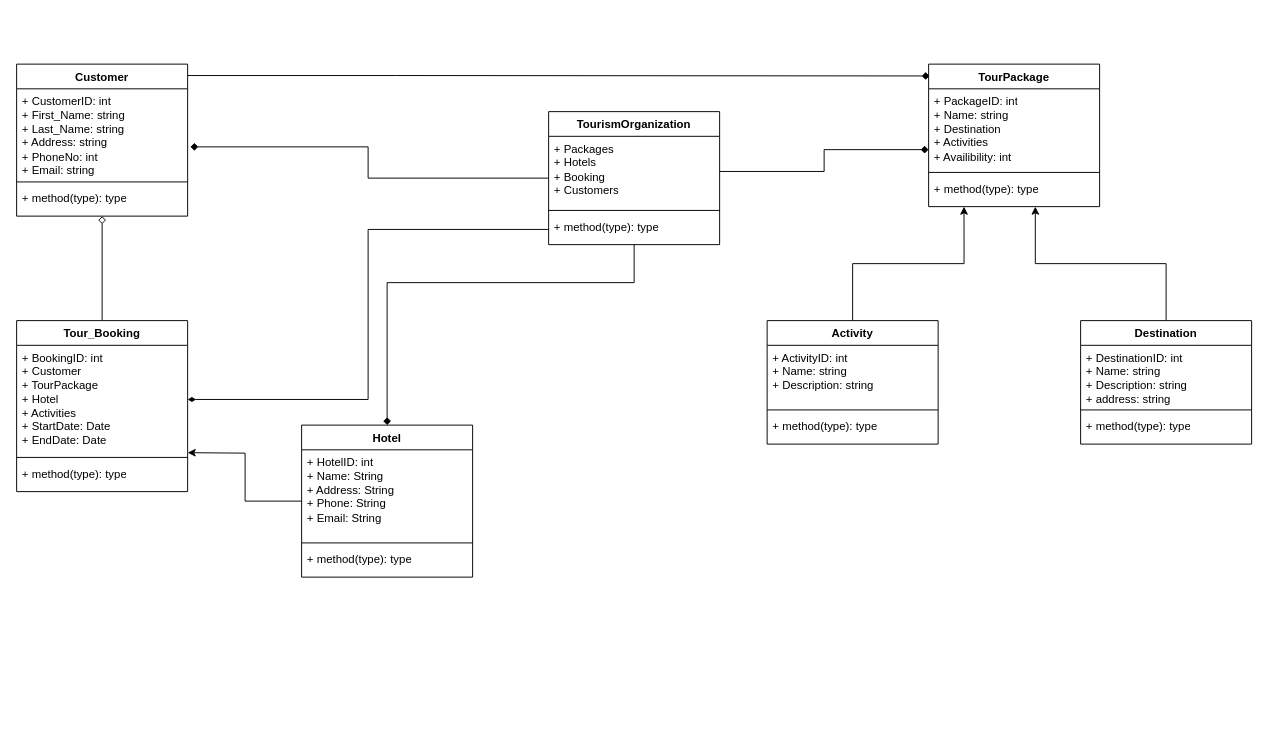
The draw.io diagram Class Diagram Tour.drawio in ziard47/Diagram, before the edit. Source tidied: cells renumbered, new cells numbered last; positions are measured from the earlier drawing's top-left corner, leaving out a move shared by most shapes. Both pictures are drawn from the tidied source at 95%, with x=0, y=0 at pixel (16, 64).
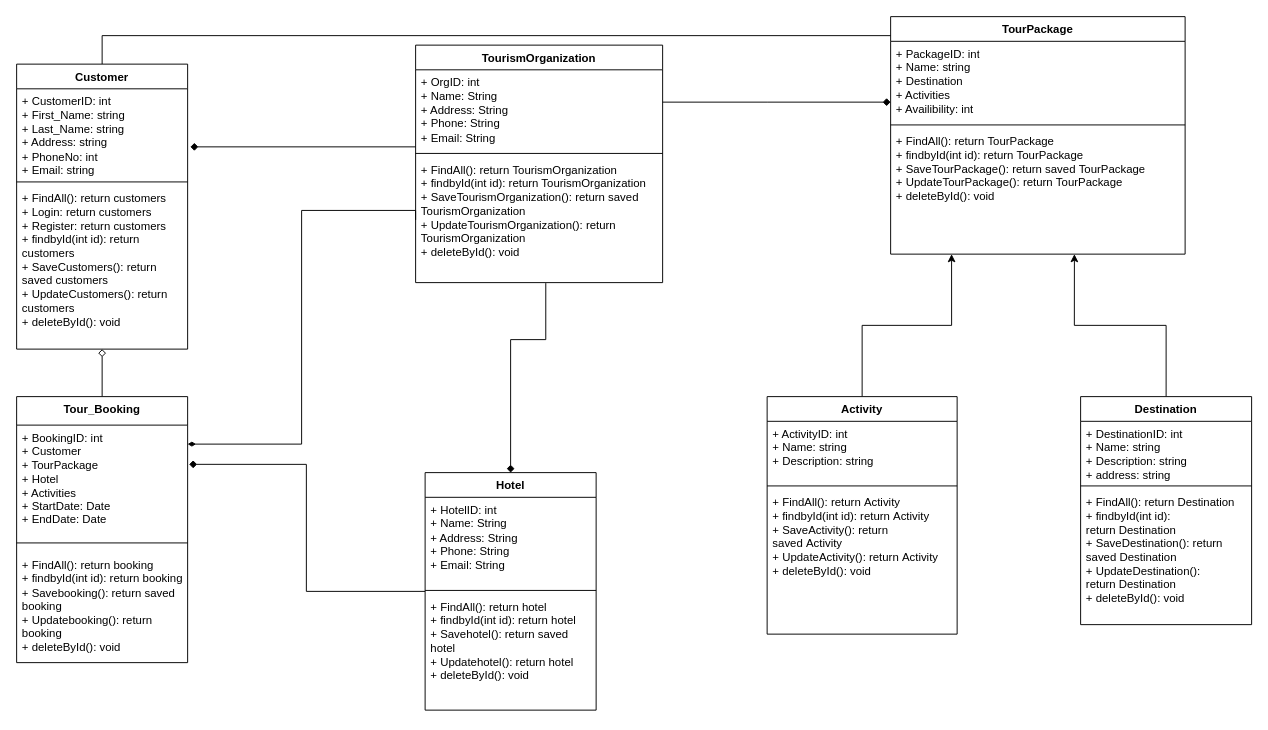
After the change.

Unchanged cells that the change refers to:
```xml
<mxCell id="4" value="+ CustomerID: int&lt;br&gt;+ First_Name: string&lt;br&gt;+ Last_Name: string&lt;br&gt;+ Address: string&lt;br&gt;+ PhoneNo: int&lt;br&gt;+ Email: string" style="text;strokeColor=none;fillColor=none;align=left;verticalAlign=top;spacingLeft=4;spacingRight=4;overflow=hidden;points=[[0,0.5],[1,0.5]];portConstraint=eastwest;whiteSpace=wrap;html=1;" parent="3" vertex="1">
  <mxGeometry y="26" width="180" height="94" as="geometry" />
</mxCell>
```

What changed in the source:
```diff
@@
     <mxCell id="2" style="edgeStyle=orthogonalEdgeStyle;rounded=0;jettySize=auto;html=1;entryX=0.006;entryY=0.083;entryDx=0;entryDy=0;entryPerimeter=0;endArrow=diamond;endFill=1;" parent="1" edge="1" source="3" target="24">
       <mxGeometry relative="1" as="geometry">
         <Array as="points">
-          <mxPoint x="400" y="12" />
-          <mxPoint x="400" y="12" />
+          <mxPoint x="90" y="-30" />
+          <mxPoint x="981" y="-30" />
         </Array>
       </mxGeometry>
     </mxCell>
     <mxCell id="3" value="Customer" style="swimlane;fontStyle=1;align=center;verticalAlign=top;horizontal=1;startSize=26;whiteSpace=wrap;html=1;" parent="1" vertex="1">
-      <mxGeometry width="180" height="160" as="geometry" />
+      <mxGeometry width="180" height="300" as="geometry" />
     </mxCell>
@@
-    <mxCell id="6" value="+ method(type): type" style="text;strokeColor=none;fillColor=none;align=left;verticalAlign=top;spacingLeft=4;spacingRight=4;overflow=hidden;points=[[0,0.5],[1,0.5]];portConstraint=eastwest;whiteSpace=wrap;html=1;" parent="3" vertex="1">
-      <mxGeometry y="128" width="180" height="32" as="geometry" />
+    <mxCell id="6" value="+ FindAll(): return customers&lt;br&gt;+ Login: return customers&lt;br&gt;+ Register: return customers&lt;br&gt;+ findbyId(int id): return customers&lt;br&gt;+ SaveCustomers(): return saved customers&lt;br&gt;+ UpdateCustomers(): return customers&lt;br&gt;+ deleteById(): void" style="text;strokeColor=none;fillColor=none;align=left;verticalAlign=top;spacingLeft=4;spacingRight=4;overflow=hidden;points=[[0,0.5],[1,0.5]];portConstraint=eastwest;whiteSpace=wrap;html=1;" parent="3" vertex="1">
+      <mxGeometry y="128" width="180" height="172" as="geometry" />
     </mxCell>
@@
-    <mxCell id="8" value="Tour_Booking" style="swimlane;fontStyle=1;align=center;verticalAlign=top;horizontal=1;startSize=26;whiteSpace=wrap;html=1;" parent="1" vertex="1">
-      <mxGeometry y="270" width="180" height="180" as="geometry" />
+    <mxCell id="8" value="Tour_Booking" style="swimlane;fontStyle=1;align=center;verticalAlign=top;horizontal=1;startSize=30;whiteSpace=wrap;html=1;" parent="1" vertex="1">
+      <mxGeometry y="350" width="180" height="280" as="geometry" />
     </mxCell>
     <mxCell id="9" value="+ BookingID: int&lt;br&gt;+ Customer&lt;br&gt;+ TourPackage&lt;br&gt;+ Hotel&lt;br&gt;+ Activities&lt;br&gt;+ StartDate: Date&lt;br&gt;+ EndDate: Date" style="text;strokeColor=none;fillColor=none;align=left;verticalAlign=top;spacingLeft=4;spacingRight=4;overflow=hidden;points=[[0,0.5],[1,0.5]];portConstraint=eastwest;whiteSpace=wrap;html=1;" parent="8" vertex="1">
-      <mxGeometry y="26" width="180" height="114" as="geometry" />
+      <mxGeometry y="30" width="180" height="114" as="geometry" />
     </mxCell>
     <mxCell id="10" style="line;strokeWidth=1;fillColor=none;align=left;verticalAlign=middle;spacingTop=-1;spacingLeft=3;spacingRight=3;labelPosition=right;strokeColor=inherit;" parent="8" vertex="1">
-      <mxGeometry y="140" width="180" height="8" as="geometry" />
+      <mxGeometry y="144" width="180" height="20" as="geometry" />
     </mxCell>
-    <mxCell id="11" value="+ method(type): type" style="text;strokeColor=none;fillColor=none;align=left;verticalAlign=top;spacingLeft=4;spacingRight=4;overflow=hidden;whiteSpace=wrap;html=1;" parent="8" vertex="1">
-      <mxGeometry y="148" width="180" height="32" as="geometry" />
+    <mxCell id="11" value="+ FindAll(): return booking&lt;br style=&quot;border-color: var(--border-color);&quot;&gt;+ findbyId(int id): return booking&lt;br style=&quot;border-color: var(--border-color);&quot;&gt;+ Savebooking(): return saved booking&lt;br style=&quot;border-color: var(--border-color);&quot;&gt;+ Updatebooking(): return booking&lt;br style=&quot;border-color: var(--border-color);&quot;&gt;+ deleteById(): void" style="text;strokeColor=none;fillColor=none;align=left;verticalAlign=top;spacingLeft=4;spacingRight=4;overflow=hidden;whiteSpace=wrap;html=1;" parent="8" vertex="1">
+      <mxGeometry y="164" width="180" height="116" as="geometry" />
     </mxCell>
-    <mxCell id="12" style="edgeStyle=orthogonalEdgeStyle;rounded=0;jettySize=auto;html=1;" parent="1" edge="1" source="13">
-      <mxGeometry relative="1" as="geometry">
-        <mxPoint x="180" y="409" as="targetPoint" />
-      </mxGeometry>
+    <mxCell id="12" style="edgeStyle=orthogonalEdgeStyle;rounded=0;jettySize=auto;html=1;entryX=1.009;entryY=0.362;entryDx=0;entryDy=0;entryPerimeter=0;endArrow=diamond;endFill=1;" parent="1" edge="1" source="13" target="9">
+      <mxGeometry relative="1" as="geometry" />
     </mxCell>
     <mxCell id="13" value="Hotel" style="swimlane;fontStyle=1;align=center;verticalAlign=top;horizontal=1;startSize=26;whiteSpace=wrap;html=1;" parent="1" vertex="1">
-      <mxGeometry x="300" y="380" width="180" height="160" as="geometry" />
+      <mxGeometry x="430" y="430" width="180" height="250" as="geometry" />
     </mxCell>
@@
-    <mxCell id="16" value="+ method(type): type" style="text;strokeColor=none;fillColor=none;align=left;verticalAlign=top;spacingLeft=4;spacingRight=4;overflow=hidden;whiteSpace=wrap;html=1;" parent="13" vertex="1">
-      <mxGeometry y="128" width="180" height="32" as="geometry" />
+    <mxCell id="16" value="+ FindAll(): return hotel&lt;br style=&quot;border-color: var(--border-color);&quot;&gt;+ findbyId(int id): return hotel&lt;br style=&quot;border-color: var(--border-color);&quot;&gt;+ Savehotel(): return saved hotel&lt;br style=&quot;border-color: var(--border-color);&quot;&gt;+ Updatehotel(): return hotel&lt;br style=&quot;border-color: var(--border-color);&quot;&gt;+ deleteById(): void" style="text;strokeColor=none;fillColor=none;align=left;verticalAlign=top;spacingLeft=4;spacingRight=4;overflow=hidden;whiteSpace=wrap;html=1;" parent="13" vertex="1">
+      <mxGeometry y="128" width="180" height="122" as="geometry" />
     </mxCell>
     <mxCell id="17" style="edgeStyle=orthogonalEdgeStyle;rounded=0;jettySize=auto;html=1;entryX=1.016;entryY=0.65;entryDx=0;entryDy=0;entryPerimeter=0;endArrow=diamond;endFill=1;" parent="1" edge="1" source="20" target="4">
-      <mxGeometry relative="1" as="geometry" />
+      <mxGeometry relative="1" as="geometry">
+        <Array as="points">
+          <mxPoint x="470" y="87" />
+          <mxPoint x="470" y="87" />
+        </Array>
+      </mxGeometry>
     </mxCell>
-    <mxCell id="18" style="edgeStyle=orthogonalEdgeStyle;rounded=0;jettySize=auto;html=1;entryX=1;entryY=0.5;entryDx=0;entryDy=0;exitX=0;exitY=0.5;exitDx=0;exitDy=0;endArrow=diamondThin;endFill=1;" parent="1" edge="1" source="23" target="9">
-      <mxGeometry relative="1" as="geometry" />
+    <mxCell id="18" style="edgeStyle=orthogonalEdgeStyle;rounded=0;jettySize=auto;html=1;exitX=0;exitY=0.5;exitDx=0;exitDy=0;endArrow=diamondThin;endFill=1;" parent="1" edge="1" source="23">
+      <mxGeometry relative="1" as="geometry">
+        <mxPoint x="180" y="400" as="targetPoint" />
+        <Array as="points">
+          <mxPoint x="300" y="154" />
+          <mxPoint x="300" y="400" />
+          <mxPoint x="180" y="400" />
+        </Array>
+      </mxGeometry>
     </mxCell>
-    <mxCell id="19" style="edgeStyle=orthogonalEdgeStyle;rounded=0;jettySize=auto;html=1;entryX=0.5;entryY=0;entryDx=0;entryDy=0;endArrow=diamond;endFill=1;" parent="1" edge="1" source="20" target="13">
+    <mxCell id="19" style="edgeStyle=orthogonalEdgeStyle;rounded=0;jettySize=auto;html=1;entryX=0.5;entryY=0;entryDx=0;entryDy=0;endArrow=diamond;endFill=1;exitX=0.527;exitY=1.004;exitDx=0;exitDy=0;exitPerimeter=0;" parent="1" edge="1" source="23" target="13">
       <mxGeometry relative="1" as="geometry">
         <Array as="points">
-          <mxPoint x="650" y="230" />
-          <mxPoint x="390" y="230" />
+          <mxPoint x="557" y="290" />
+          <mxPoint x="520" y="290" />
         </Array>
       </mxGeometry>
     </mxCell>
     <mxCell id="20" value="TourismOrganization" style="swimlane;fontStyle=1;align=center;verticalAlign=top;horizontal=1;startSize=26;whiteSpace=wrap;html=1;" parent="1" vertex="1">
-      <mxGeometry x="560" y="50" width="180" height="140" as="geometry" />
+      <mxGeometry x="420" y="-20" width="260" height="250" as="geometry" />
     </mxCell>
-    <mxCell id="21" value="+ Packages&lt;br&gt;+ Hotels&lt;br&gt;+ Booking&lt;br&gt;+ Customers&lt;br&gt;" style="text;strokeColor=none;fillColor=none;align=left;verticalAlign=top;spacingLeft=4;spacingRight=4;overflow=hidden;points=[[0,0.5],[1,0.5]];portConstraint=eastwest;whiteSpace=wrap;html=1;" parent="20" vertex="1">
-      <mxGeometry y="26" width="180" height="74" as="geometry" />
+    <mxCell id="21" value="+ OrgID: int&lt;br style=&quot;border-color: var(--border-color);&quot;&gt;+ Name: String&lt;br style=&quot;border-color: var(--border-color);&quot;&gt;+ Address: String&lt;br style=&quot;border-color: var(--border-color);&quot;&gt;+ Phone: String&lt;br style=&quot;border-color: var(--border-color);&quot;&gt;+ Email: String" style="text;strokeColor=none;fillColor=none;align=left;verticalAlign=top;spacingLeft=4;spacingRight=4;overflow=hidden;points=[[0,0.5],[1,0.5]];portConstraint=eastwest;whiteSpace=wrap;html=1;" parent="20" vertex="1">
+      <mxGeometry y="26" width="260" height="84" as="geometry" />
     </mxCell>
     <mxCell id="22" style="line;strokeWidth=1;fillColor=none;align=left;verticalAlign=middle;spacingTop=-1;spacingLeft=3;spacingRight=3;labelPosition=right;strokeColor=inherit;" parent="20" vertex="1">
-      <mxGeometry y="100" width="180" height="8" as="geometry" />
+      <mxGeometry y="110" width="260" height="8" as="geometry" />
     </mxCell>
-    <mxCell id="23" value="+ method(type): type" style="text;strokeColor=none;fillColor=none;align=left;verticalAlign=top;spacingLeft=4;spacingRight=4;overflow=hidden;points=[[0,0.5],[1,0.5]];portConstraint=eastwest;whiteSpace=wrap;html=1;" parent="20" vertex="1">
-      <mxGeometry y="108" width="180" height="32" as="geometry" />
+    <mxCell id="23" value="+ FindAll(): return&amp;nbsp;TourismOrganization&lt;br style=&quot;border-color: var(--border-color);&quot;&gt;+ findbyId(int id): return TourismOrganization&lt;br style=&quot;border-color: var(--border-color);&quot;&gt;+ SaveTourismOrganization(): return saved TourismOrganization&lt;br style=&quot;border-color: var(--border-color);&quot;&gt;+ UpdateTourismOrganization(): return TourismOrganization&lt;br style=&quot;border-color: var(--border-color);&quot;&gt;+ deleteById(): void" style="text;strokeColor=none;fillColor=none;align=left;verticalAlign=top;spacingLeft=4;spacingRight=4;overflow=hidden;points=[[0,0.5],[1,0.5]];portConstraint=eastwest;whiteSpace=wrap;html=1;" parent="20" vertex="1">
+      <mxGeometry y="118" width="260" height="132" as="geometry" />
     </mxCell>
     <mxCell id="24" value="TourPackage" style="swimlane;fontStyle=1;align=center;verticalAlign=top;horizontal=1;startSize=26;whiteSpace=wrap;html=1;" parent="1" vertex="1">
-      <mxGeometry x="960" width="180" height="150" as="geometry" />
+      <mxGeometry x="920" y="-50" width="310" height="250" as="geometry" />
     </mxCell>
     <mxCell id="25" value="+ PackageID: int&lt;br&gt;+ Name: string&lt;br&gt;+ Destination&lt;br&gt;+ Activities&lt;br&gt;+ Availibility: int" style="text;strokeColor=none;fillColor=none;align=left;verticalAlign=top;spacingLeft=4;spacingRight=4;overflow=hidden;points=[[0,0.5],[1,0.5]];portConstraint=eastwest;whiteSpace=wrap;html=1;" parent="24" vertex="1">
-      <mxGeometry y="26" width="180" height="84" as="geometry" />
+      <mxGeometry y="26" width="310" height="84" as="geometry" />
     </mxCell>
     <mxCell id="26" style="line;strokeWidth=1;fillColor=none;align=left;verticalAlign=middle;spacingTop=-1;spacingLeft=3;spacingRight=3;labelPosition=right;strokeColor=inherit;" parent="24" vertex="1">
-      <mxGeometry y="110" width="180" height="8" as="geometry" />
+      <mxGeometry y="110" width="310" height="8" as="geometry" />
     </mxCell>
-    <mxCell id="27" value="+ method(type): type" style="text;strokeColor=none;fillColor=none;align=left;verticalAlign=top;spacingLeft=4;spacingRight=4;overflow=hidden;points=[[0,0.5],[1,0.5]];portConstraint=eastwest;whiteSpace=wrap;html=1;" parent="24" vertex="1">
-      <mxGeometry y="118" width="180" height="32" as="geometry" />
+    <mxCell id="27" value="+ FindAll(): return&amp;nbsp;TourPackage&lt;br style=&quot;border-color: var(--border-color);&quot;&gt;+ findbyId(int id): return&amp;nbsp;TourPackage&lt;br style=&quot;border-color: var(--border-color);&quot;&gt;+ SaveTourPackage(): return saved&amp;nbsp;TourPackage&lt;br style=&quot;border-color: var(--border-color);&quot;&gt;+ UpdateTourPackage(): return&amp;nbsp;TourPackage&lt;br style=&quot;border-color: var(--border-color);&quot;&gt;+ deleteById(): void" style="text;strokeColor=none;fillColor=none;align=left;verticalAlign=top;spacingLeft=4;spacingRight=4;overflow=hidden;points=[[0,0.5],[1,0.5]];portConstraint=eastwest;whiteSpace=wrap;html=1;" parent="24" vertex="1">
+      <mxGeometry y="118" width="310" height="132" as="geometry" />
     </mxCell>
@@
     <mxCell id="29" value="Activity" style="swimlane;fontStyle=1;align=center;verticalAlign=top;horizontal=1;startSize=26;whiteSpace=wrap;html=1;" parent="1" vertex="1">
-      <mxGeometry x="790" y="270" width="180" height="130" as="geometry" />
+      <mxGeometry x="790" y="350" width="200" height="250" as="geometry" />
     </mxCell>
     <mxCell id="30" value="+ ActivityID: int&lt;br&gt;+ Name: string&lt;br&gt;+ Description: string&lt;br&gt;" style="text;strokeColor=none;fillColor=none;align=left;verticalAlign=top;spacingLeft=4;spacingRight=4;overflow=hidden;whiteSpace=wrap;html=1;" parent="29" vertex="1">
-      <mxGeometry y="26" width="180" height="64" as="geometry" />
+      <mxGeometry y="26" width="200" height="64" as="geometry" />
     </mxCell>
     <mxCell id="31" style="line;strokeWidth=1;fillColor=none;align=left;verticalAlign=middle;spacingTop=-1;spacingLeft=3;spacingRight=3;labelPosition=right;strokeColor=inherit;" parent="29" vertex="1">
-      <mxGeometry y="90" width="180" height="8" as="geometry" />
+      <mxGeometry y="90" width="200" height="8" as="geometry" />
     </mxCell>
-    <mxCell id="32" value="+ method(type): type" style="text;strokeColor=none;fillColor=none;align=left;verticalAlign=top;spacingLeft=4;spacingRight=4;overflow=hidden;whiteSpace=wrap;html=1;" parent="29" vertex="1">
-      <mxGeometry y="98" width="180" height="32" as="geometry" />
+    <mxCell id="32" value="+ FindAll(): return&amp;nbsp;Activity&lt;br style=&quot;border-color: var(--border-color);&quot;&gt;+ findbyId(int id): return&amp;nbsp;Activity&lt;br style=&quot;border-color: var(--border-color);&quot;&gt;+ SaveActivity(): return saved&amp;nbsp;Activity&lt;br style=&quot;border-color: var(--border-color);&quot;&gt;+ UpdateActivity(): return&amp;nbsp;Activity&lt;br style=&quot;border-color: var(--border-color);&quot;&gt;+ deleteById(): void" style="text;strokeColor=none;fillColor=none;align=left;verticalAlign=top;spacingLeft=4;spacingRight=4;overflow=hidden;whiteSpace=wrap;html=1;" parent="29" vertex="1">
+      <mxGeometry y="98" width="200" height="152" as="geometry" />
     </mxCell>
@@
     <mxCell id="34" value="Destination" style="swimlane;fontStyle=1;align=center;verticalAlign=top;horizontal=1;startSize=26;whiteSpace=wrap;html=1;" parent="1" vertex="1">
-      <mxGeometry x="1120" y="270" width="180" height="130" as="geometry" />
+      <mxGeometry x="1120" y="350" width="180" height="240" as="geometry" />
     </mxCell>
@@
-    <mxCell id="37" value="+ method(type): type" style="text;strokeColor=none;fillColor=none;align=left;verticalAlign=top;spacingLeft=4;spacingRight=4;overflow=hidden;whiteSpace=wrap;html=1;" parent="34" vertex="1">
-      <mxGeometry y="98" width="180" height="32" as="geometry" />
+    <mxCell id="37" value="+ FindAll(): return&amp;nbsp;Destination&lt;br style=&quot;border-color: var(--border-color);&quot;&gt;+ findbyId(int id): return&amp;nbsp;Destination&lt;br style=&quot;border-color: var(--border-color);&quot;&gt;+ SaveDestination(): return saved&amp;nbsp;Destination&lt;br style=&quot;border-color: var(--border-color);&quot;&gt;+ UpdateDestination(): return&amp;nbsp;Destination&lt;br style=&quot;border-color: var(--border-color);&quot;&gt;+ deleteById(): void" style="text;strokeColor=none;fillColor=none;align=left;verticalAlign=top;spacingLeft=4;spacingRight=4;overflow=hidden;whiteSpace=wrap;html=1;" parent="34" vertex="1">
+      <mxGeometry y="98" width="180" height="142" as="geometry" />
     </mxCell>
     <mxCell id="38" style="edgeStyle=orthogonalEdgeStyle;rounded=0;jettySize=auto;html=1;entryX=0;entryY=0.762;entryDx=0;entryDy=0;entryPerimeter=0;endArrow=diamond;endFill=1;" parent="1" edge="1" source="21" target="25">
-      <mxGeometry relative="1" as="geometry" />
+      <mxGeometry relative="1" as="geometry">
+        <Array as="points">
+          <mxPoint x="790" y="40" />
+          <mxPoint x="790" y="40" />
+        </Array>
+      </mxGeometry>
     </mxCell>
```
